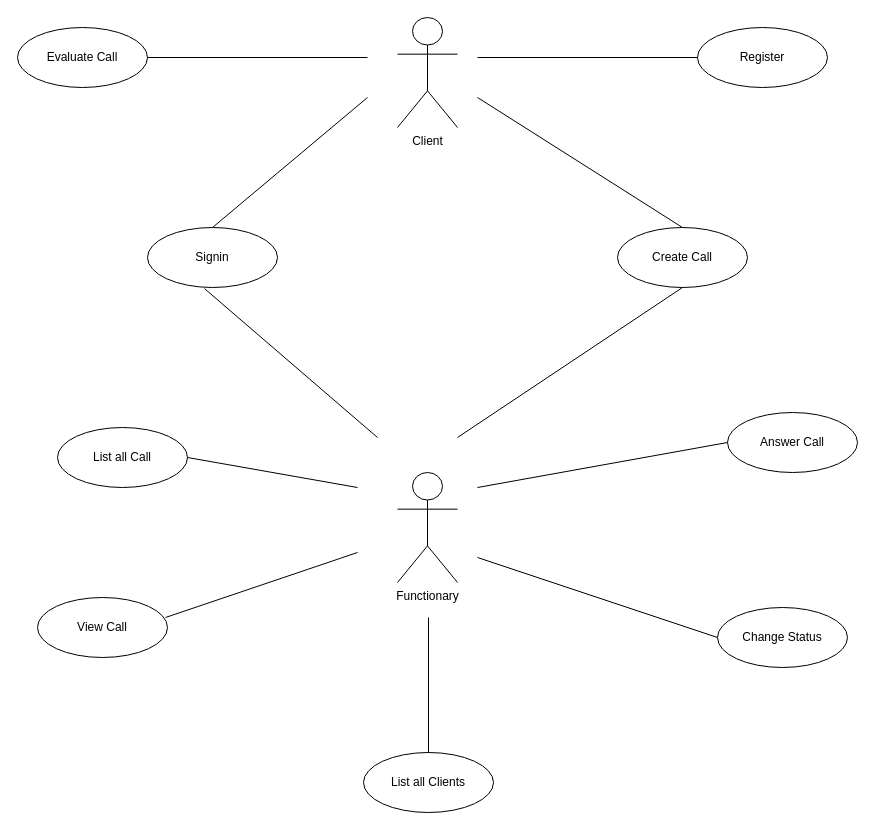
This is docs/diagrama_de_casos_de_uso.drawio from danielbarbozadasilva/Api-CRM-Ticket-System, a draw.io file, before an edit. Source tidied: cells renumbered, new cells numbered last; positions are measured from the earlier drawing's top-left corner, leaving out a move shared by most shapes. Both pictures are drawn from the tidied source at 100%, with x=0, y=0 at pixel (17, 17).
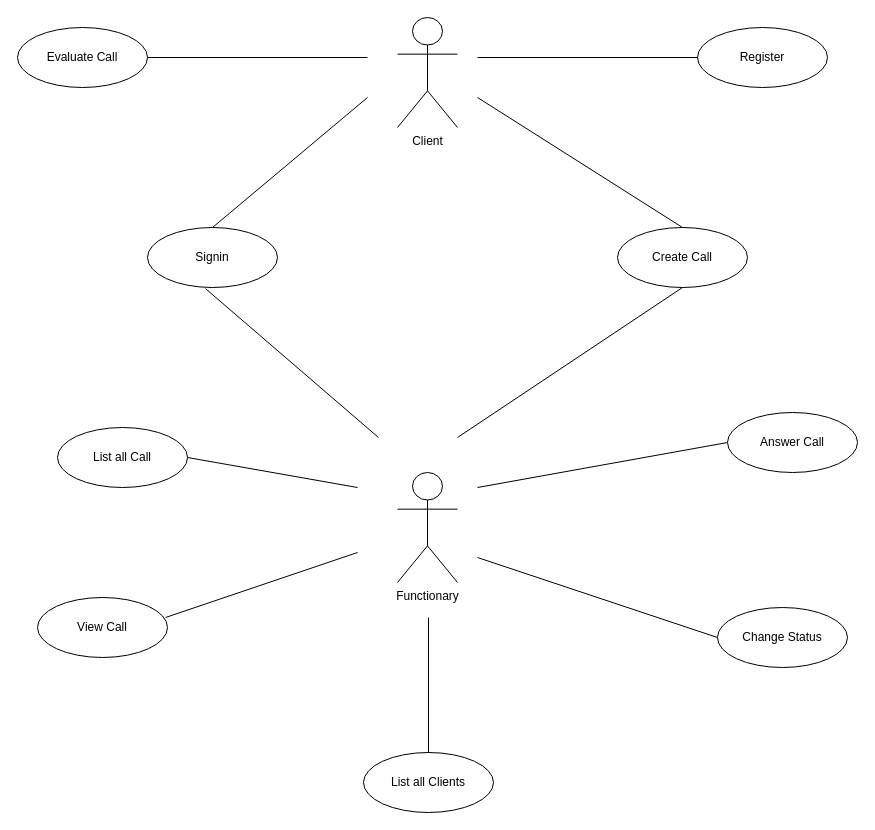
Above is the later version.

Commit message (it also covers changes not shown here):
docs: update use case diagram

Unchanged cells that the change refers to:
```xml
<mxCell id="15" value="Signin" style="ellipse;whiteSpace=wrap;html=1;" parent="1" vertex="1">
  <mxGeometry x="130" y="210" width="130" height="60" as="geometry" />
</mxCell>
```

What changed in the source:
```diff
@@
-    <mxCell id="17" style="endArrow=none;endFill=0;endSize=12;html=1;rounded=0;entryX=0.438;entryY=1.017;entryDx=0;entryDy=0;entryPerimeter=0;" parent="1" edge="1" target="15">
+    <mxCell id="17" style="endArrow=none;endFill=0;endSize=12;html=1;rounded=0;entryX=0.438;entryY=1.017;entryDx=0;entryDy=0;entryPerimeter=0;" parent="1" edge="1">
       <mxGeometry relative="1" as="geometry">
-        <mxPoint x="360" y="420" as="sourcePoint" />
+        <mxPoint x="361" y="420" as="sourcePoint" />
+        <mxPoint x="187.9" y="271" as="targetPoint" />
       </mxGeometry>
     </mxCell>
```
